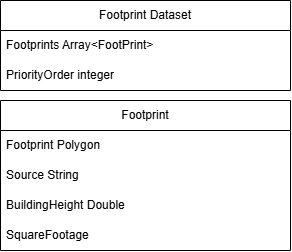
This is drawio/ExampleDatasets-FootprintDataset.drawio.png from USACE-NSI/nsi-generator, a draw.io export, as it was before one commit. Source tidied: cells renumbered, new cells last; positions are measured from the earlier drawing's top-left corner, leaving out a move shared by most shapes. Its diagram source:
```xml
<mxGraphModel>
  <root>
    <mxCell id="0" />
    <mxCell id="1" parent="0" />
    <mxCell id="2" value="Footprint Dataset" style="swimlane;fontStyle=0;horizontal=1;startSize=30;whiteSpace=wrap;html=1;" parent="1" vertex="1">
      <mxGeometry width="290" height="90" as="geometry" />
    </mxCell>
    <mxCell id="3" value="Footprints Array&amp;lt;FootPrint&amp;gt;" style="text;strokeColor=none;fillColor=none;align=left;verticalAlign=middle;spacingLeft=4;spacingRight=4;overflow=hidden;whiteSpace=wrap;html=1;" parent="2" vertex="1">
      <mxGeometry y="30" width="290" height="30" as="geometry" />
    </mxCell>
    <mxCell id="4" value="PriorityOrder integer" style="text;strokeColor=none;fillColor=none;align=left;verticalAlign=middle;spacingLeft=4;spacingRight=4;overflow=hidden;whiteSpace=wrap;html=1;" parent="2" vertex="1">
      <mxGeometry y="60" width="290" height="30" as="geometry" />
    </mxCell>
    <mxCell id="5" value="Footprint" style="swimlane;fontStyle=0;horizontal=1;startSize=30;whiteSpace=wrap;html=1;" parent="1" vertex="1">
      <mxGeometry y="100" width="290" height="150" as="geometry" />
    </mxCell>
    <mxCell id="6" value="Footprint Polygon" style="text;strokeColor=none;fillColor=none;align=left;verticalAlign=middle;spacingLeft=4;spacingRight=4;overflow=hidden;whiteSpace=wrap;html=1;" parent="5" vertex="1">
      <mxGeometry y="30" width="290" height="30" as="geometry" />
    </mxCell>
    <mxCell id="7" value="Source String" style="text;strokeColor=none;fillColor=none;align=left;verticalAlign=middle;spacingLeft=4;spacingRight=4;overflow=hidden;whiteSpace=wrap;html=1;" parent="5" vertex="1">
      <mxGeometry y="60" width="290" height="30" as="geometry" />
    </mxCell>
    <mxCell id="8" value="BuildingHeight Double" style="text;strokeColor=none;fillColor=none;align=left;verticalAlign=middle;spacingLeft=4;spacingRight=4;overflow=hidden;whiteSpace=wrap;html=1;" parent="5" vertex="1">
      <mxGeometry y="90" width="290" height="30" as="geometry" />
    </mxCell>
    <mxCell id="9" value="SquareFootage" style="text;strokeColor=none;fillColor=none;align=left;verticalAlign=middle;spacingLeft=4;spacingRight=4;overflow=hidden;whiteSpace=wrap;html=1;" parent="5" vertex="1">
      <mxGeometry y="120" width="290" height="30" as="geometry" />
    </mxCell>
  </root>
</mxGraphModel>
```
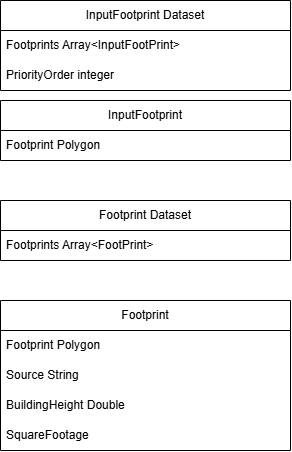
Above is the later version.

The edit, as a diff of the source:
```diff
@@ -2,28 +2,40 @@
   <root>
     <mxCell id="0" />
     <mxCell id="1" parent="0" />
-    <mxCell id="2" value="Footprint Dataset" style="swimlane;fontStyle=0;horizontal=1;startSize=30;whiteSpace=wrap;html=1;" parent="1" vertex="1">
+    <mxCell id="2" value="InputFootprint Dataset" style="swimlane;fontStyle=0;horizontal=1;startSize=30;whiteSpace=wrap;html=1;" parent="1" vertex="1">
       <mxGeometry width="290" height="90" as="geometry" />
     </mxCell>
-    <mxCell id="3" value="Footprints Array&amp;lt;FootPrint&amp;gt;" style="text;strokeColor=none;fillColor=none;align=left;verticalAlign=middle;spacingLeft=4;spacingRight=4;overflow=hidden;whiteSpace=wrap;html=1;" parent="2" vertex="1">
+    <mxCell id="3" value="Footprints Array&amp;lt;InputFootPrint&amp;gt;" style="text;strokeColor=none;fillColor=none;align=left;verticalAlign=middle;spacingLeft=4;spacingRight=4;overflow=hidden;whiteSpace=wrap;html=1;" parent="2" vertex="1">
       <mxGeometry y="30" width="290" height="30" as="geometry" />
     </mxCell>
     <mxCell id="4" value="PriorityOrder integer" style="text;strokeColor=none;fillColor=none;align=left;verticalAlign=middle;spacingLeft=4;spacingRight=4;overflow=hidden;whiteSpace=wrap;html=1;" parent="2" vertex="1">
       <mxGeometry y="60" width="290" height="30" as="geometry" />
     </mxCell>
-    <mxCell id="5" value="Footprint" style="swimlane;fontStyle=0;horizontal=1;startSize=30;whiteSpace=wrap;html=1;" parent="1" vertex="1">
-      <mxGeometry y="100" width="290" height="150" as="geometry" />
+    <mxCell id="5" value="InputFootprint" style="swimlane;fontStyle=0;horizontal=1;startSize=30;whiteSpace=wrap;html=1;" parent="1" vertex="1">
+      <mxGeometry y="100" width="290" height="60" as="geometry" />
     </mxCell>
     <mxCell id="6" value="Footprint Polygon" style="text;strokeColor=none;fillColor=none;align=left;verticalAlign=middle;spacingLeft=4;spacingRight=4;overflow=hidden;whiteSpace=wrap;html=1;" parent="5" vertex="1">
       <mxGeometry y="30" width="290" height="30" as="geometry" />
     </mxCell>
+    <mxCell id="10" value="Footprint Dataset" style="swimlane;fontStyle=0;horizontal=1;startSize=30;whiteSpace=wrap;html=1;" parent="1" vertex="1">
+      <mxGeometry y="200" width="290" height="60" as="geometry" />
+    </mxCell>
+    <mxCell id="11" value="Footprints Array&amp;lt;FootPrint&amp;gt;" style="text;strokeColor=none;fillColor=none;align=left;verticalAlign=middle;spacingLeft=4;spacingRight=4;overflow=hidden;whiteSpace=wrap;html=1;" parent="10" vertex="1">
+      <mxGeometry y="30" width="290" height="30" as="geometry" />
+    </mxCell>
+    <mxCell id="12" value="Footprint" style="swimlane;fontStyle=0;horizontal=1;startSize=30;whiteSpace=wrap;html=1;" parent="1" vertex="1">
+      <mxGeometry y="300" width="290" height="150" as="geometry" />
+    </mxCell>
+    <mxCell id="13" value="Footprint Polygon" style="text;strokeColor=none;fillColor=none;align=left;verticalAlign=middle;spacingLeft=4;spacingRight=4;overflow=hidden;whiteSpace=wrap;html=1;" parent="12" vertex="1">
+      <mxGeometry y="30" width="290" height="30" as="geometry" />
+    </mxCell>
-    <mxCell id="7" value="Source String" style="text;strokeColor=none;fillColor=none;align=left;verticalAlign=middle;spacingLeft=4;spacingRight=4;overflow=hidden;whiteSpace=wrap;html=1;" parent="5" vertex="1">
+    <mxCell id="7" value="Source String" style="text;strokeColor=none;fillColor=none;align=left;verticalAlign=middle;spacingLeft=4;spacingRight=4;overflow=hidden;whiteSpace=wrap;html=1;" parent="12" vertex="1">
       <mxGeometry y="60" width="290" height="30" as="geometry" />
     </mxCell>
-    <mxCell id="8" value="BuildingHeight Double" style="text;strokeColor=none;fillColor=none;align=left;verticalAlign=middle;spacingLeft=4;spacingRight=4;overflow=hidden;whiteSpace=wrap;html=1;" parent="5" vertex="1">
+    <mxCell id="8" value="BuildingHeight Double" style="text;strokeColor=none;fillColor=none;align=left;verticalAlign=middle;spacingLeft=4;spacingRight=4;overflow=hidden;whiteSpace=wrap;html=1;" parent="12" vertex="1">
       <mxGeometry y="90" width="290" height="30" as="geometry" />
     </mxCell>
-    <mxCell id="9" value="SquareFootage" style="text;strokeColor=none;fillColor=none;align=left;verticalAlign=middle;spacingLeft=4;spacingRight=4;overflow=hidden;whiteSpace=wrap;html=1;" parent="5" vertex="1">
+    <mxCell id="9" value="SquareFootage" style="text;strokeColor=none;fillColor=none;align=left;verticalAlign=middle;spacingLeft=4;spacingRight=4;overflow=hidden;whiteSpace=wrap;html=1;" parent="12" vertex="1">
       <mxGeometry y="120" width="290" height="30" as="geometry" />
     </mxCell>
   </root>
```
